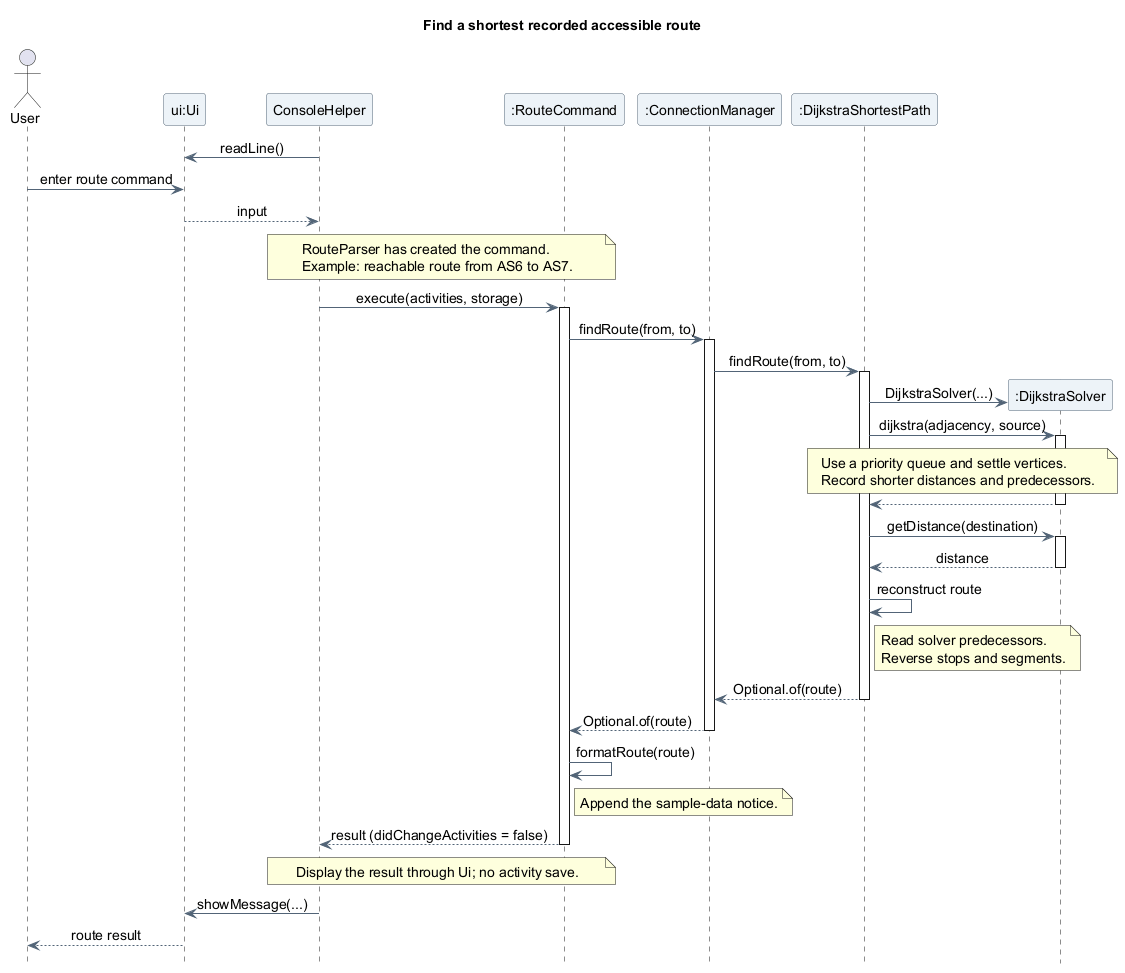
The PlantUML diagram docs/images/luke/sequence/RouteSearchSequence.png in AY2627S1-CS2113-T10-4/tp, before a commit.
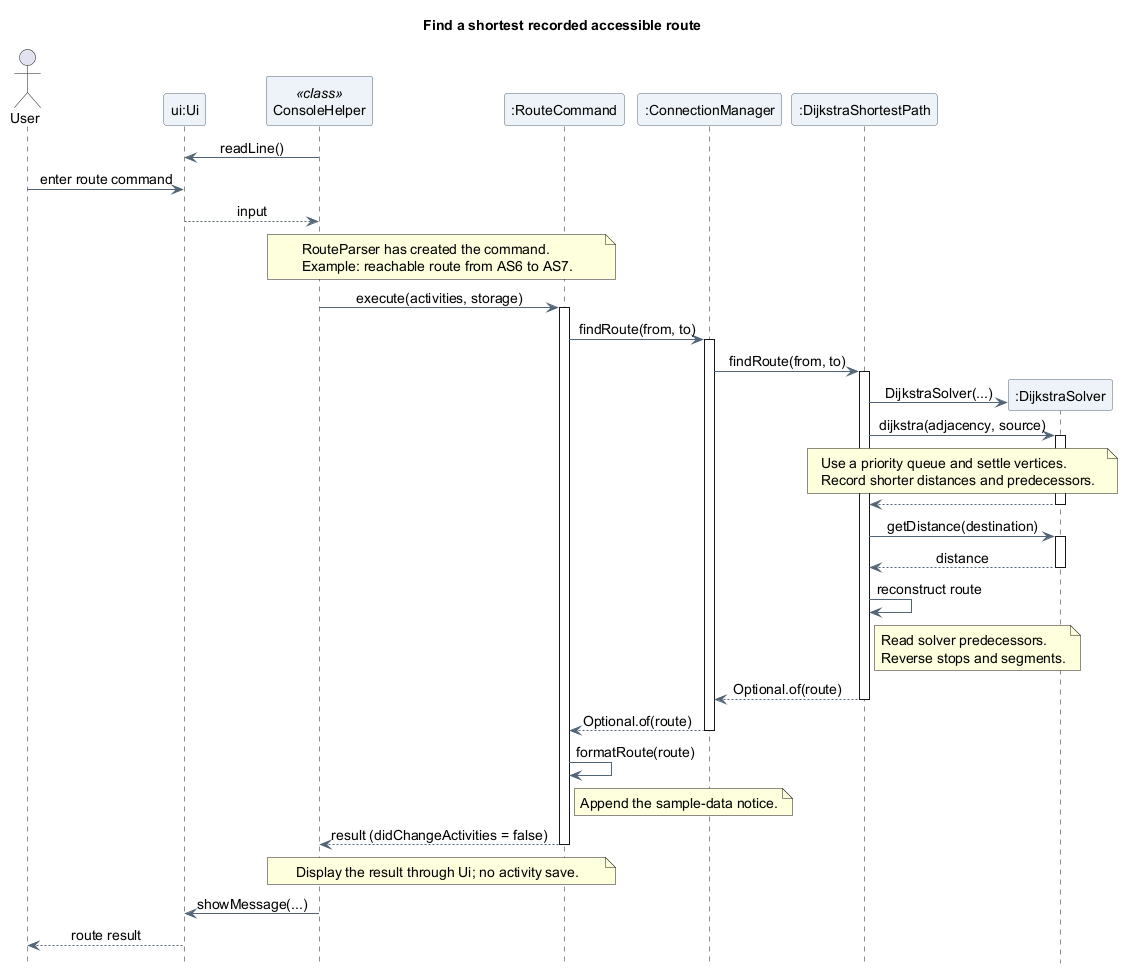
Later version of the same file.

What changed in the source:
```diff
@@ -12,7 +12,7 @@
 
 actor "User" as User
 participant "ui:Ui" as UI
-participant "ConsoleHelper" as Console
+participant "ConsoleHelper" as Console <<class>>
 participant ":RouteCommand" as Command
 participant ":ConnectionManager" as Manager
 participant ":DijkstraShortestPath" as Graph
```
